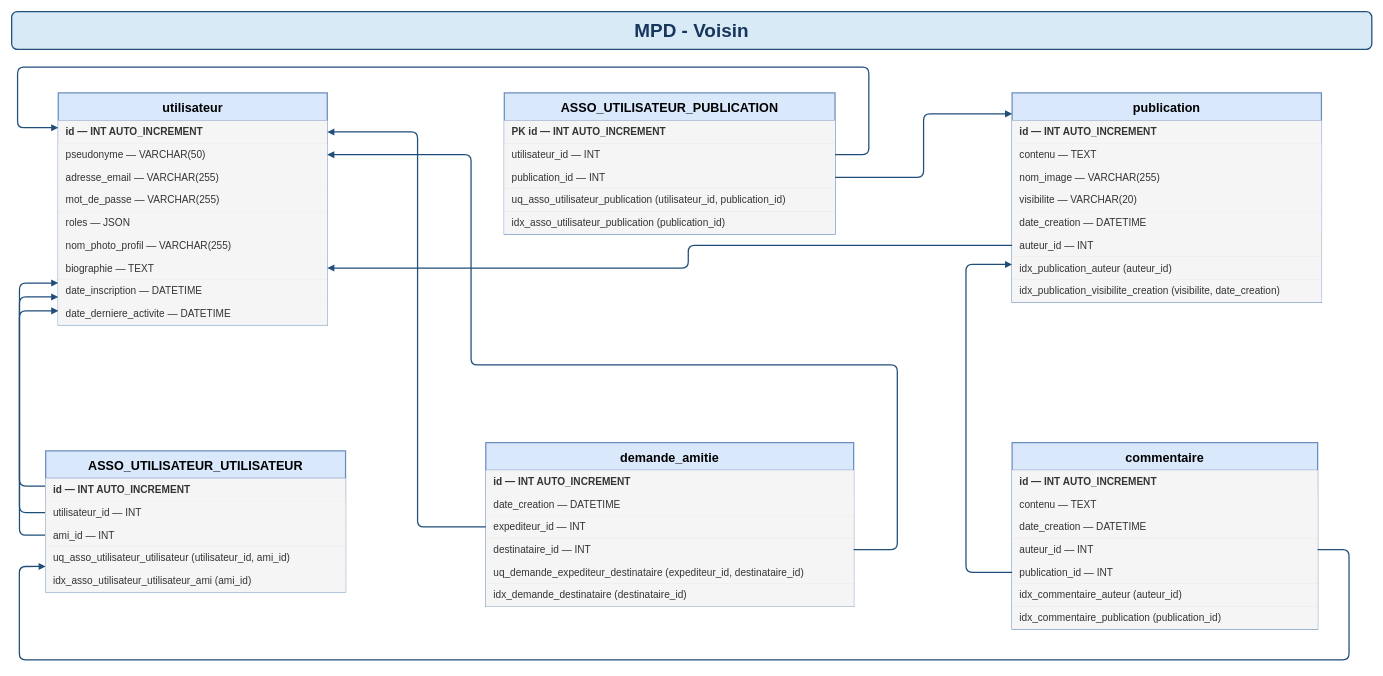
Above: page "MPD" (1 of 2) of documents/conceptualisation/Modèles de données/MPD.drawio in anthonylepichon/voisin (draw.io), before the change. Source tidied: cells renumbered, new cells numbered last; positions are measured from the earlier drawing's top-left corner, leaving out a move shared by most shapes. Both pictures are drawn from the tidied source at 63%, with x=0, y=0 at pixel (11, 11).
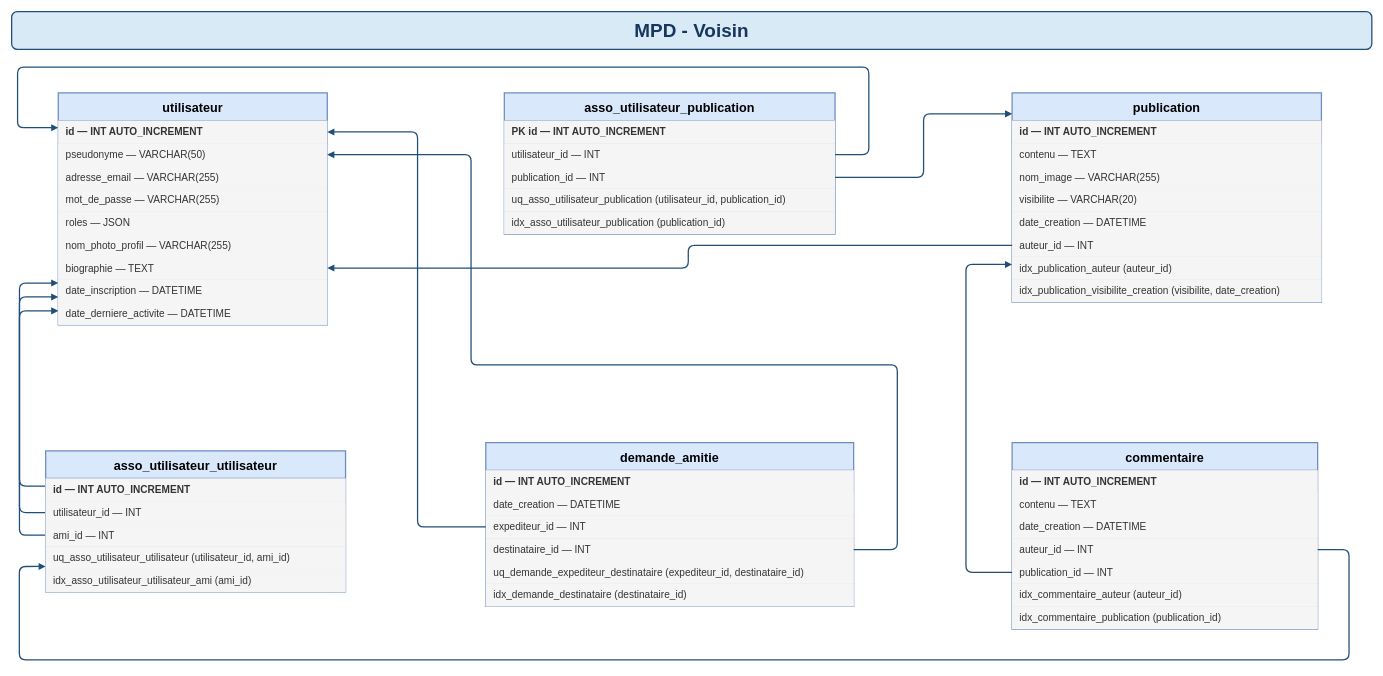
After the change.

What changed in the source:
```diff
@@
-    <mxCell id="3" value="ASSO_UTILISATEUR_PUBLICATION" style="shape=table;startSize=44;childLayout=tableLayout;strokeColor=#6c8ebf;strokeWidth=2;fillColor=#dae8fc;fontSize=20;rowLines=1;align=center;fontStyle=1;rounded=0;" parent="1" vertex="1">
+    <mxCell id="3" value="asso_utilisateur_publication" style="shape=table;startSize=44;childLayout=tableLayout;strokeColor=#6c8ebf;strokeWidth=2;fillColor=#dae8fc;fontSize=20;rowLines=1;align=center;fontStyle=1;rounded=0;" parent="1" vertex="1">
       <mxGeometry x="782" y="129" width="525" height="224" as="geometry" />
     </mxCell>
@@
-    <mxCell id="88" value="ASSO_UTILISATEUR_UTILISATEUR" style="shape=table;startSize=44;childLayout=tableLayout;strokeColor=#6c8ebf;strokeWidth=2;fillColor=#dae8fc;fontSize=20;rowLines=1;align=center;fontStyle=1;rounded=0;" parent="1" vertex="1">
+    <mxCell id="88" value="asso_utilisateur_utilisateur" style="shape=table;startSize=44;childLayout=tableLayout;strokeColor=#6c8ebf;strokeWidth=2;fillColor=#dae8fc;fontSize=20;rowLines=1;align=center;fontStyle=1;rounded=0;" parent="1" vertex="1">
       <mxGeometry x="54" y="697" width="476" height="224" as="geometry" />
     </mxCell>
```
